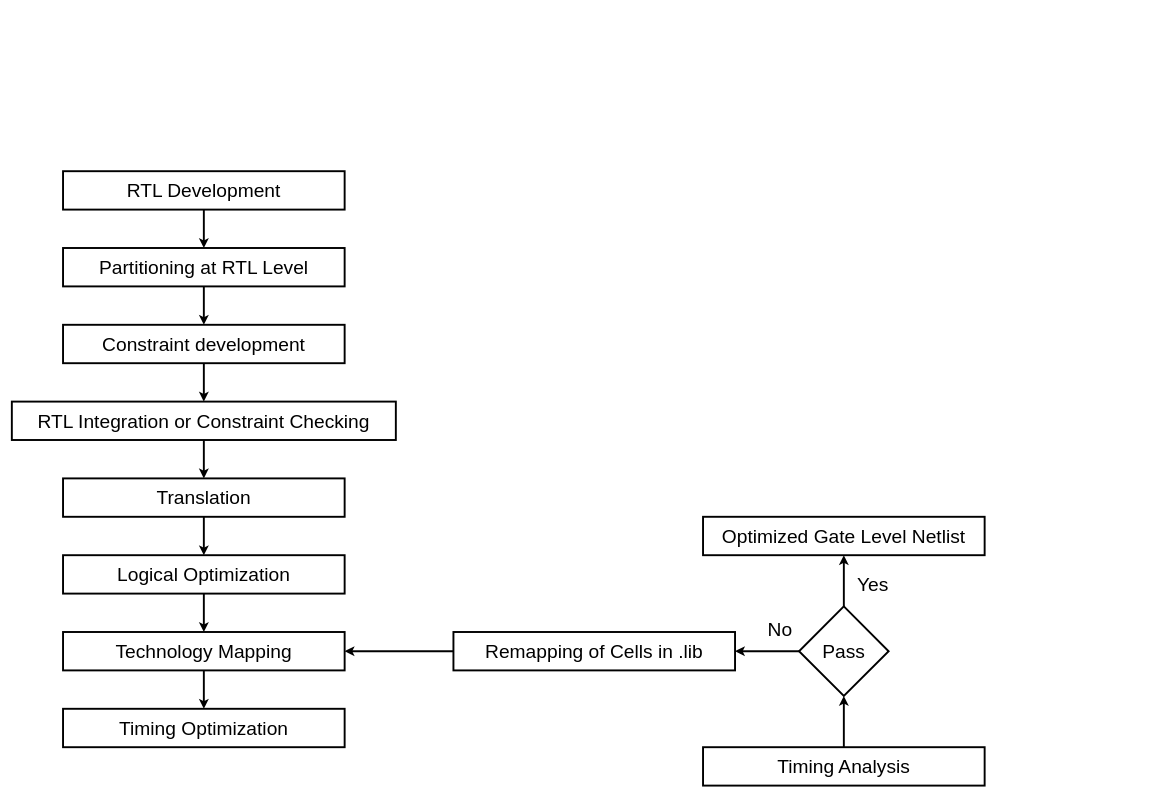
The draw.io diagram Synthesis Timing Optimization.drawio in T-Maharshi-Sanand-Yadav/draw.io, before the edit. Source tidied: cells renumbered, new cells numbered last; positions are measured from the earlier drawing's top-left corner, leaving out a move shared by most shapes. Both pictures are drawn from the tidied source at 64%, with x=0, y=0 at pixel (12, 171).
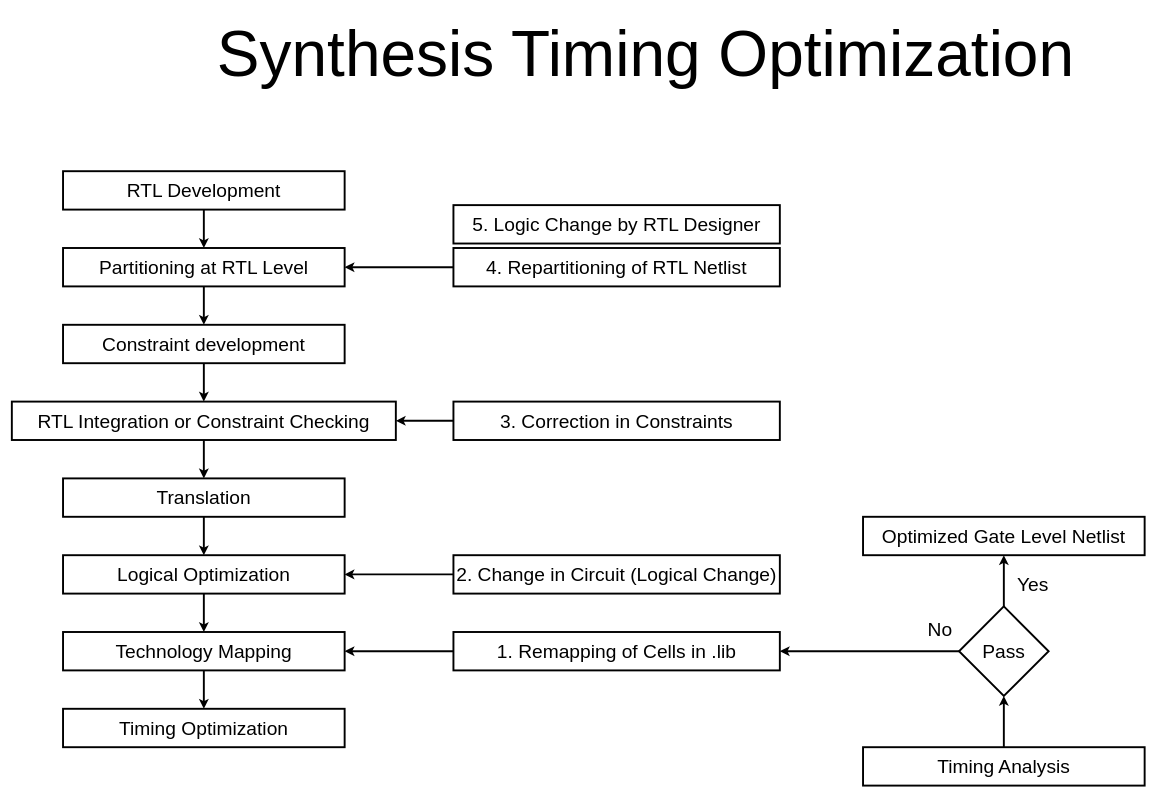
The same diagram, later.

The change refers to these unchanged cells:
```xml
<mxCell id="5" value="Partitioning at RTL Level" style="rounded=0;whiteSpace=wrap;html=1;fontSize=30;strokeWidth=3;" parent="1" vertex="1">
  <mxGeometry x="80" y="120" width="440" height="60" as="geometry" />
</mxCell>
```

Diff of the diagram source:
```diff
@@
     <mxCell id="18" value="Timing Analysis" style="rounded=0;whiteSpace=wrap;html=1;fontSize=30;strokeWidth=3;" parent="1" vertex="1">
-      <mxGeometry x="1080" y="900" width="440" height="60" as="geometry" />
+      <mxGeometry x="1330" y="900" width="440" height="60" as="geometry" />
     </mxCell>
     <mxCell id="19" value="Optimized Gate Level Netlist" style="rounded=0;whiteSpace=wrap;html=1;fontSize=30;strokeWidth=3;" parent="1" vertex="1">
-      <mxGeometry x="1080" y="540" width="440" height="60" as="geometry" />
+      <mxGeometry x="1330" y="540" width="440" height="60" as="geometry" />
     </mxCell>
@@
-    <mxCell id="21" style="edgeStyle=orthogonalEdgeStyle;rounded=0;jettySize=auto;html=1;strokeWidth=3;" parent="1" edge="1" source="22" target="24">
-      <mxGeometry relative="1" as="geometry" />
+    <mxCell id="21" style="edgeStyle=orthogonalEdgeStyle;rounded=0;jettySize=auto;html=1;strokeWidth=3;entryX=1;entryY=0.5;entryDx=0;entryDy=0;" parent="1" edge="1" source="22">
+      <mxGeometry relative="1" as="geometry">
+        <mxPoint x="1200" y="750" as="targetPoint" />
+      </mxGeometry>
     </mxCell>
     <mxCell id="22" value="Pass" style="rhombus;whiteSpace=wrap;html=1;strokeWidth=3;fontSize=30;" parent="1" vertex="1">
-      <mxGeometry x="1230" y="680" width="140" height="140" as="geometry" />
+      <mxGeometry x="1480" y="680" width="140" height="140" as="geometry" />
     </mxCell>
@@
-    <mxCell id="24" value="Remapping of Cells in .lib" style="rounded=0;whiteSpace=wrap;html=1;fontSize=30;strokeWidth=3;" parent="1" vertex="1">
-      <mxGeometry x="690" y="720" width="440" height="60" as="geometry" />
+    <mxCell id="24" value="1. Remapping of Cells in .lib" style="rounded=0;whiteSpace=wrap;html=1;fontSize=30;strokeWidth=3;" parent="1" vertex="1">
+      <mxGeometry x="690" y="720" width="510" height="60" as="geometry" />
     </mxCell>
     <mxCell id="25" value="Yes" style="text;html=1;align=center;verticalAlign=middle;strokeColor=none;fillColor=none;fontSize=30;" parent="1" vertex="1">
-      <mxGeometry x="1310" y="620" width="70" height="50" as="geometry" />
+      <mxGeometry x="1560" y="620" width="70" height="50" as="geometry" />
     </mxCell>
     <mxCell id="26" value="No" style="text;html=1;align=center;verticalAlign=middle;strokeColor=none;fillColor=none;fontSize=30;" parent="1" vertex="1">
-      <mxGeometry x="1170" y="690" width="60" height="50" as="geometry" />
+      <mxGeometry x="1420" y="690" width="60" height="50" as="geometry" />
     </mxCell>
+    <mxCell id="27" style="edgeStyle=orthogonalEdgeStyle;rounded=0;jettySize=auto;html=1;entryX=1;entryY=0.5;entryDx=0;entryDy=0;strokeWidth=3;" parent="1" edge="1" source="28">
+      <mxGeometry relative="1" as="geometry">
+        <mxPoint x="520" y="630" as="targetPoint" />
+      </mxGeometry>
+    </mxCell>
+    <mxCell id="28" value="2. Change in Circuit (Logical Change)" style="rounded=0;whiteSpace=wrap;html=1;fontSize=30;strokeWidth=3;" parent="1" vertex="1">
+      <mxGeometry x="690" y="600" width="510" height="60" as="geometry" />
+    </mxCell>
+    <mxCell id="29" style="edgeStyle=orthogonalEdgeStyle;rounded=0;jettySize=auto;html=1;entryX=1;entryY=0.5;entryDx=0;entryDy=0;strokeWidth=3;" parent="1" edge="1" source="30">
+      <mxGeometry relative="1" as="geometry">
+        <mxPoint x="600" y="390" as="targetPoint" />
+      </mxGeometry>
+    </mxCell>
+    <mxCell id="30" value="3. Correction in Constraints" style="rounded=0;whiteSpace=wrap;html=1;fontSize=30;strokeWidth=3;" parent="1" vertex="1">
+      <mxGeometry x="690" y="360" width="510" height="60" as="geometry" />
+    </mxCell>
+    <mxCell id="31" style="edgeStyle=orthogonalEdgeStyle;rounded=0;jettySize=auto;html=1;entryX=1;entryY=0.5;entryDx=0;entryDy=0;strokeWidth=3;" parent="1" edge="1" source="32" target="5">
+      <mxGeometry relative="1" as="geometry" />
+    </mxCell>
+    <mxCell id="32" value="4. Repartitioning of RTL Netlist" style="rounded=0;whiteSpace=wrap;html=1;fontSize=30;strokeWidth=3;" parent="1" vertex="1">
+      <mxGeometry x="690" y="120" width="510" height="60" as="geometry" />
+    </mxCell>
+    <mxCell id="33" value="5. Logic Change by RTL Designer" style="rounded=0;whiteSpace=wrap;html=1;fontSize=30;strokeWidth=3;" parent="1" vertex="1">
+      <mxGeometry x="690" y="53" width="510" height="60" as="geometry" />
+    </mxCell>
+    <mxCell id="34" value="&lt;font style=&quot;font-size: 100px;&quot;&gt;Synthesis Timing Optimization&lt;/font&gt;" style="text;html=1;align=center;verticalAlign=middle;strokeColor=none;fillColor=none;" parent="1" vertex="1">
+      <mxGeometry x="310" y="-250" width="1360" height="130" as="geometry" />
+    </mxCell>
```
